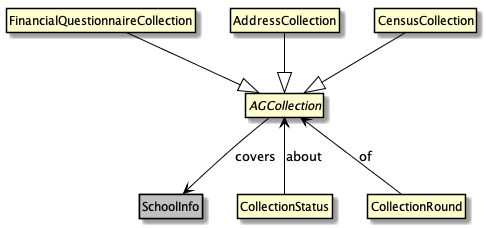
Earlier version of the PlantUML export 99_Resources/images/Logical_AGCollections.png (nsip/specgen_input_au).
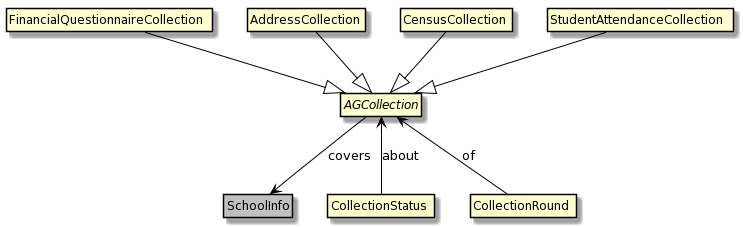
The same file after the commit.

Diff of the diagram source:
```diff
@@ -12,6 +12,7 @@
 FinancialQuestionnaireCollection --|> AGCollection
 AddressCollection --|> AGCollection
 CensusCollection --|> AGCollection
+StudentAttendanceCollection --|> AGCollection
 
 AGCollection <-- CollectionStatus : about
 
```
